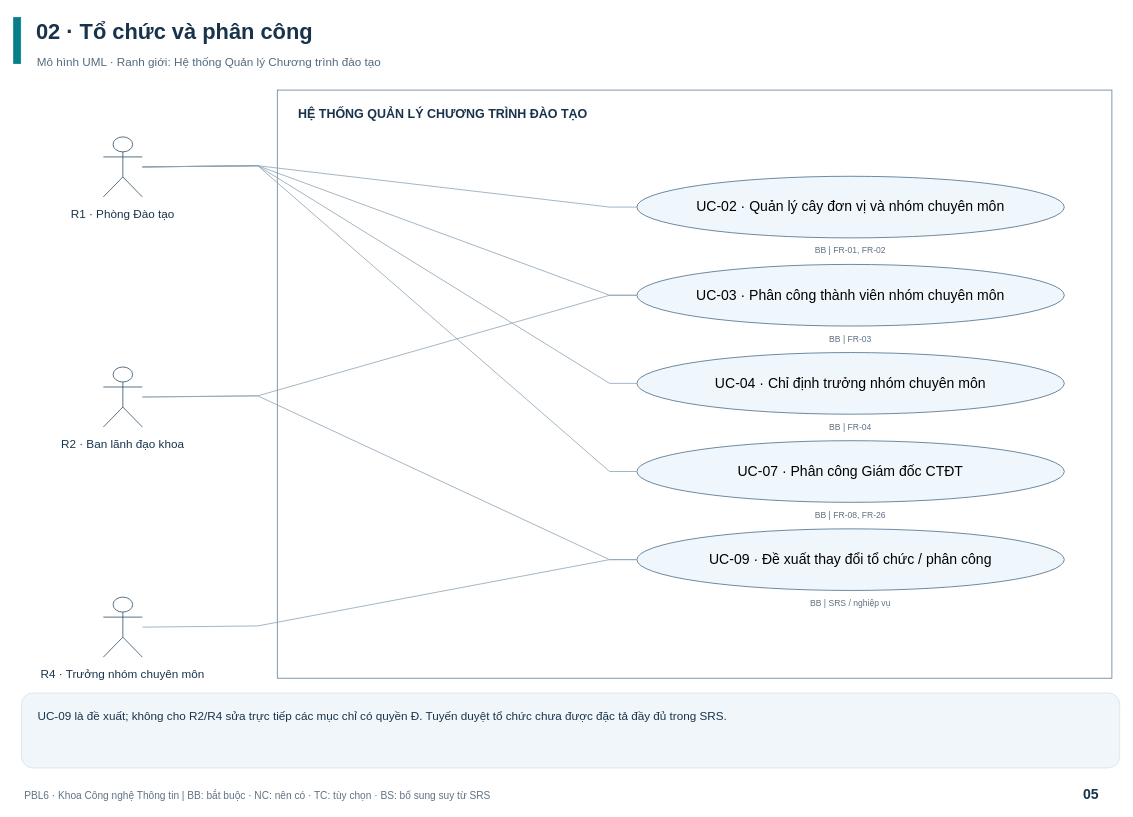
4UT15T1Ck/curriculum-management keeps this draw.io diagram as page "02 · Tổ chức và phân công" (5 of 29) of docs/Bo_so_do_Use_Case_CTDT/So_do_Use_Case_Quan_ly_CTDT.drawio. Above is the earlier version. Source tidied: cells renumbered, new cells numbered last; positions are measured from the earlier drawing's top-left corner, leaving out a move shared by most shapes. Both pictures are drawn from the tidied source at 78%, with x=0, y=0 at pixel (13, 13).
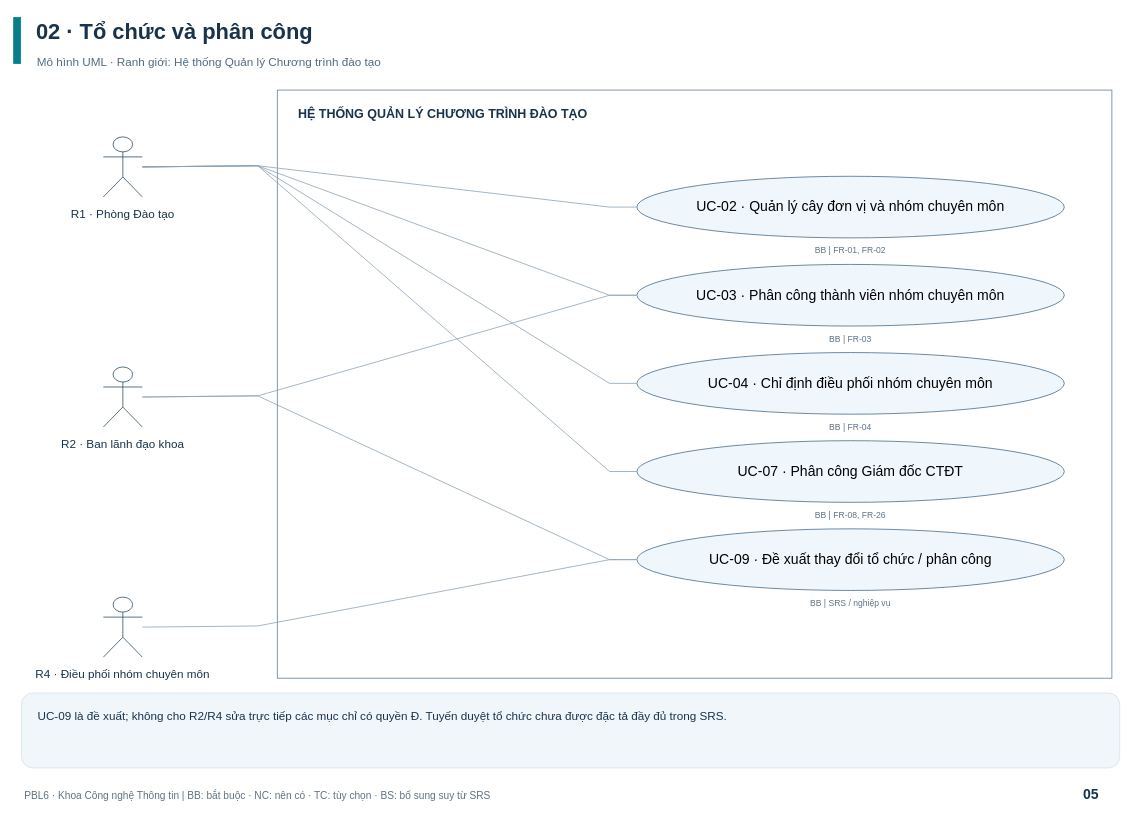
After the change.

Change to the diagram source:
```diff
@@
-    <mxCell id="14" value="R4 · Trưởng nhóm chuyên môn" style="text;html=0;whiteSpace=wrap;align=center;verticalAlign=top;fontFamily=Helvetica;fontSize=15;fontColor=#18334B;fontStyle=0;strokeColor=none;fillColor=none;" parent="1" vertex="1">
+    <mxCell id="14" value="R4 · Điều phối nhóm chuyên môn" style="text;html=0;whiteSpace=wrap;align=center;verticalAlign=top;fontFamily=Helvetica;fontSize=15;fontColor=#18334B;fontStyle=0;strokeColor=none;fillColor=none;" parent="1" vertex="1">
       <mxGeometry x="1" y="831" width="278" height="63" as="geometry" />
     </mxCell>
@@
-    <mxCell id="19" value="UC-04 · Chỉ định trưởng nhóm chuyên môn" style="ellipse;whiteSpace=wrap;html=0;align=center;verticalAlign=middle;fontFamily=Helvetica;fontSize=18;spacing=18;fillColor=#F0F7FC;strokeColor=#456A88;" parent="1" vertex="1">
+    <mxCell id="19" value="UC-04 · Chỉ định điều phối nhóm chuyên môn" style="ellipse;whiteSpace=wrap;html=0;align=center;verticalAlign=middle;fontFamily=Helvetica;fontSize=18;spacing=18;fillColor=#F0F7FC;strokeColor=#456A88;" parent="1" vertex="1">
       <mxGeometry x="799" y="434.5" width="548" height="79" as="geometry" />
     </mxCell>
```
